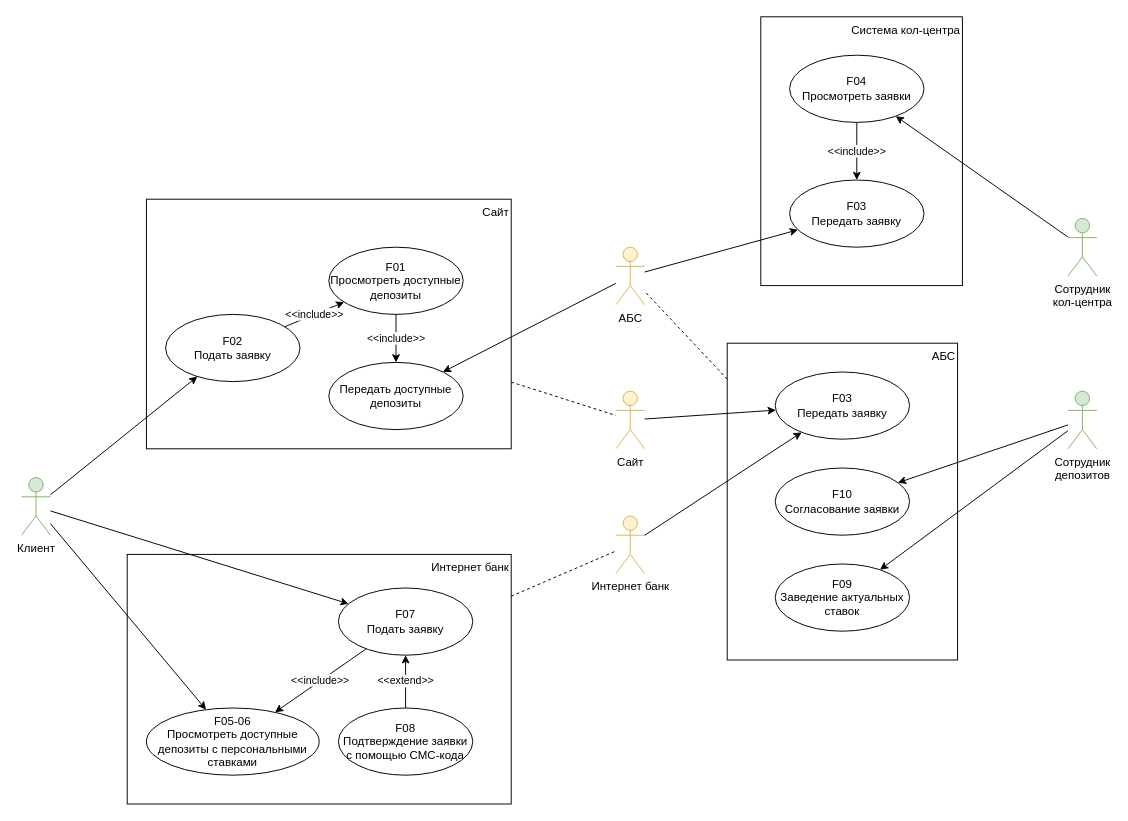
Above: page "Model UC" (1 of 2) of Exc3/usecases.drawio in asbelon/architecture-sprint-9 (draw.io), before the change. Source tidied: cells renumbered, new cells numbered last; positions are measured from the earlier drawing's top-left corner, leaving out a move shared by most shapes. Both pictures are drawn from the tidied source at 96%, with x=0, y=0 at pixel (21, 16).
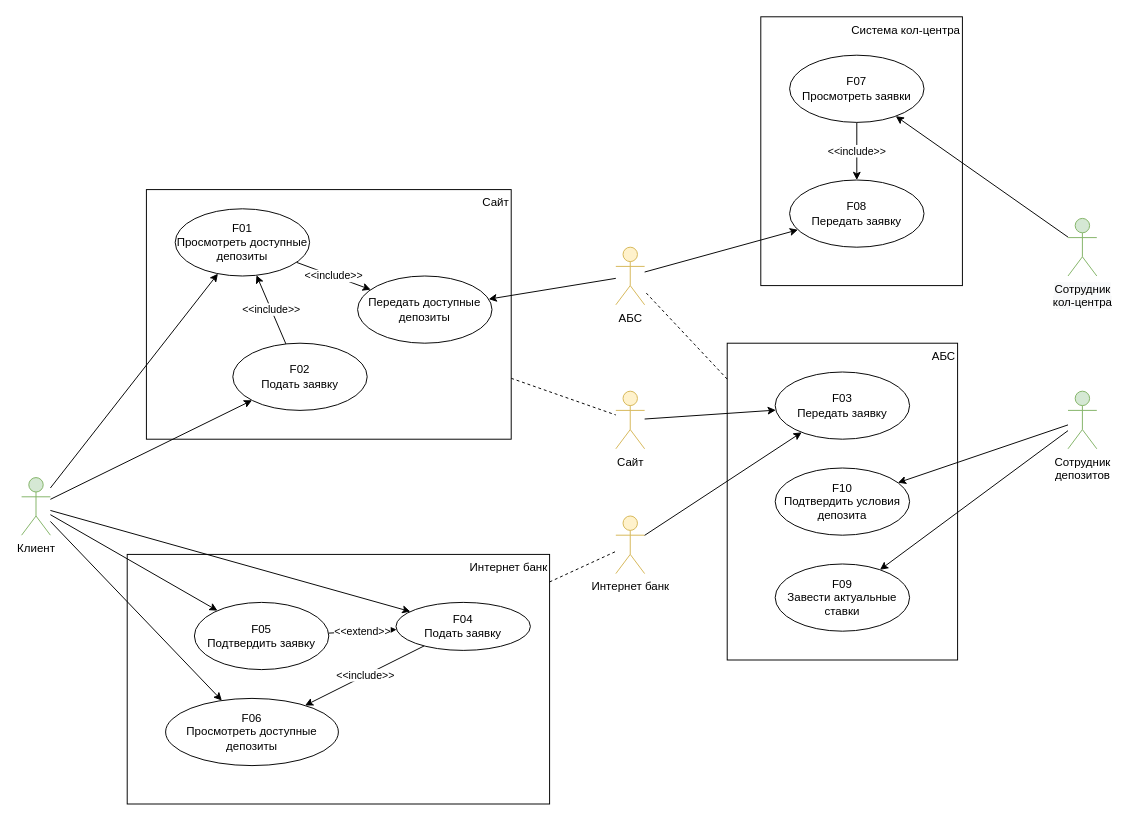
After the change.

The change refers to these unchanged cells:
```xml
<mxCell id="10" value="Клиент" style="shape=umlActor;verticalLabelPosition=bottom;verticalAlign=top;html=1;outlineConnect=0;fillColor=#d5e8d4;strokeColor=#82b366;" parent="1" vertex="1">
  <mxGeometry y="480" width="30" height="60" as="geometry" />
</mxCell>
```

Diff of the diagram source:
```diff
@@
     <mxCell id="3" value="Интернет банк" style="rounded=0;whiteSpace=wrap;html=1;align=right;verticalAlign=top;" parent="1" vertex="1">
-      <mxGeometry x="110" y="560" width="400" height="260" as="geometry" />
+      <mxGeometry x="110" y="560" width="440" height="260" as="geometry" />
     </mxCell>
@@
     <mxCell id="6" value="Сайт" style="rounded=0;whiteSpace=wrap;html=1;align=right;verticalAlign=top;" parent="1" vertex="1">
-      <mxGeometry x="130" y="190" width="380" height="260" as="geometry" />
+      <mxGeometry x="130" y="180" width="380" height="260" as="geometry" />
     </mxCell>
@@
+    <mxCell id="41" style="rounded=0;jettySize=auto;html=1;" parent="1" edge="1" source="10" target="12">
+      <mxGeometry relative="1" as="geometry" />
+    </mxCell>
+    <mxCell id="42" style="edgeStyle=none;rounded=0;jettySize=auto;html=1;" parent="1" edge="1" source="10" target="28">
+      <mxGeometry relative="1" as="geometry" />
+    </mxCell>
@@
-    <mxCell id="11" value="&amp;lt;&amp;lt;include&amp;gt;&amp;gt;" style="edgeStyle=orthogonalEdgeStyle;rounded=0;jettySize=auto;html=1;" parent="1" edge="1" source="12" target="40">
+    <mxCell id="11" value="&amp;lt;&amp;lt;include&amp;gt;&amp;gt;" style="rounded=0;jettySize=auto;html=1;" parent="1" edge="1" source="12" target="40">
       <mxGeometry relative="1" as="geometry" />
     </mxCell>
     <mxCell id="12" value="F01&lt;br&gt;Просмотреть доступные депозиты" style="ellipse;whiteSpace=wrap;html=1;" parent="1" vertex="1">
-      <mxGeometry x="320" y="240" width="140" height="70" as="geometry" />
+      <mxGeometry x="160" y="200" width="140" height="70" as="geometry" />
     </mxCell>
@@
     <mxCell id="14" value="F02&lt;br&gt;Подать заявку" style="ellipse;whiteSpace=wrap;html=1;" parent="1" vertex="1">
-      <mxGeometry x="150" y="310" width="140" height="70" as="geometry" />
+      <mxGeometry x="220" y="340" width="140" height="70" as="geometry" />
     </mxCell>
@@
-    <mxCell id="17" value="F03&lt;br&gt;Передать заявку" style="ellipse;whiteSpace=wrap;html=1;" parent="1" vertex="1">
+    <mxCell id="17" value="F08&lt;br&gt;Передать заявку" style="ellipse;whiteSpace=wrap;html=1;" parent="1" vertex="1">
       <mxGeometry x="800" y="170" width="140" height="70" as="geometry" />
     </mxCell>
@@
-    <mxCell id="23" value="F04&lt;br&gt;Просмотреть заявки" style="ellipse;whiteSpace=wrap;html=1;" parent="1" vertex="1">
+    <mxCell id="23" value="F07&lt;br&gt;Просмотреть заявки" style="ellipse;whiteSpace=wrap;html=1;" parent="1" vertex="1">
       <mxGeometry x="800" y="40" width="140" height="70" as="geometry" />
     </mxCell>
-    <mxCell id="24" value="F05-06&lt;br&gt;Просмотреть доступные депозиты с персональными ставками" style="ellipse;whiteSpace=wrap;html=1;" parent="1" vertex="1">
-      <mxGeometry x="130" y="720" width="180" height="70" as="geometry" />
+    <mxCell id="24" value="F06&lt;br&gt;Просмотреть доступные депозиты" style="ellipse;whiteSpace=wrap;html=1;" parent="1" vertex="1">
+      <mxGeometry x="150" y="710" width="180" height="70" as="geometry" />
     </mxCell>
@@
-    <mxCell id="26" value="F07&lt;br&gt;Подать заявку" style="ellipse;whiteSpace=wrap;html=1;" parent="1" vertex="1">
-      <mxGeometry x="330" y="595" width="140" height="70" as="geometry" />
+    <mxCell id="26" value="F04&lt;br&gt;Подать заявку" style="ellipse;whiteSpace=wrap;html=1;" parent="1" vertex="1">
+      <mxGeometry x="390" y="610" width="140" height="50" as="geometry" />
     </mxCell>
@@
-    <mxCell id="28" value="F08&lt;br&gt;Подтверждение заявки с помощью СМС-кода" style="ellipse;whiteSpace=wrap;html=1;" parent="1" vertex="1">
-      <mxGeometry x="330" y="720" width="140" height="70" as="geometry" />
+    <mxCell id="28" value="F05&lt;br&gt;Подтвердить заявку" style="ellipse;whiteSpace=wrap;html=1;" parent="1" vertex="1">
+      <mxGeometry x="180" y="610" width="140" height="70" as="geometry" />
     </mxCell>
-    <mxCell id="29" value="F10&lt;br&gt;Согласование заявки" style="ellipse;whiteSpace=wrap;html=1;" parent="1" vertex="1">
+    <mxCell id="29" value="F10&lt;br&gt;Подтвердить условия депозита" style="ellipse;whiteSpace=wrap;html=1;" parent="1" vertex="1">
       <mxGeometry x="785" y="470" width="140" height="70" as="geometry" />
     </mxCell>
-    <mxCell id="30" value="F09&lt;br&gt;Заведение актуальных ставок" style="ellipse;whiteSpace=wrap;html=1;" parent="1" vertex="1">
+    <mxCell id="30" value="F09&lt;br&gt;Завести актуальные ставки" style="ellipse;whiteSpace=wrap;html=1;" parent="1" vertex="1">
       <mxGeometry x="785" y="570" width="140" height="70" as="geometry" />
     </mxCell>
@@
     <mxCell id="40" value="Передать доступные депозиты" style="ellipse;whiteSpace=wrap;html=1;" parent="1" vertex="1">
-      <mxGeometry x="320" y="360" width="140" height="70" as="geometry" />
+      <mxGeometry x="350" y="270" width="140" height="70" as="geometry" />
     </mxCell>
```
